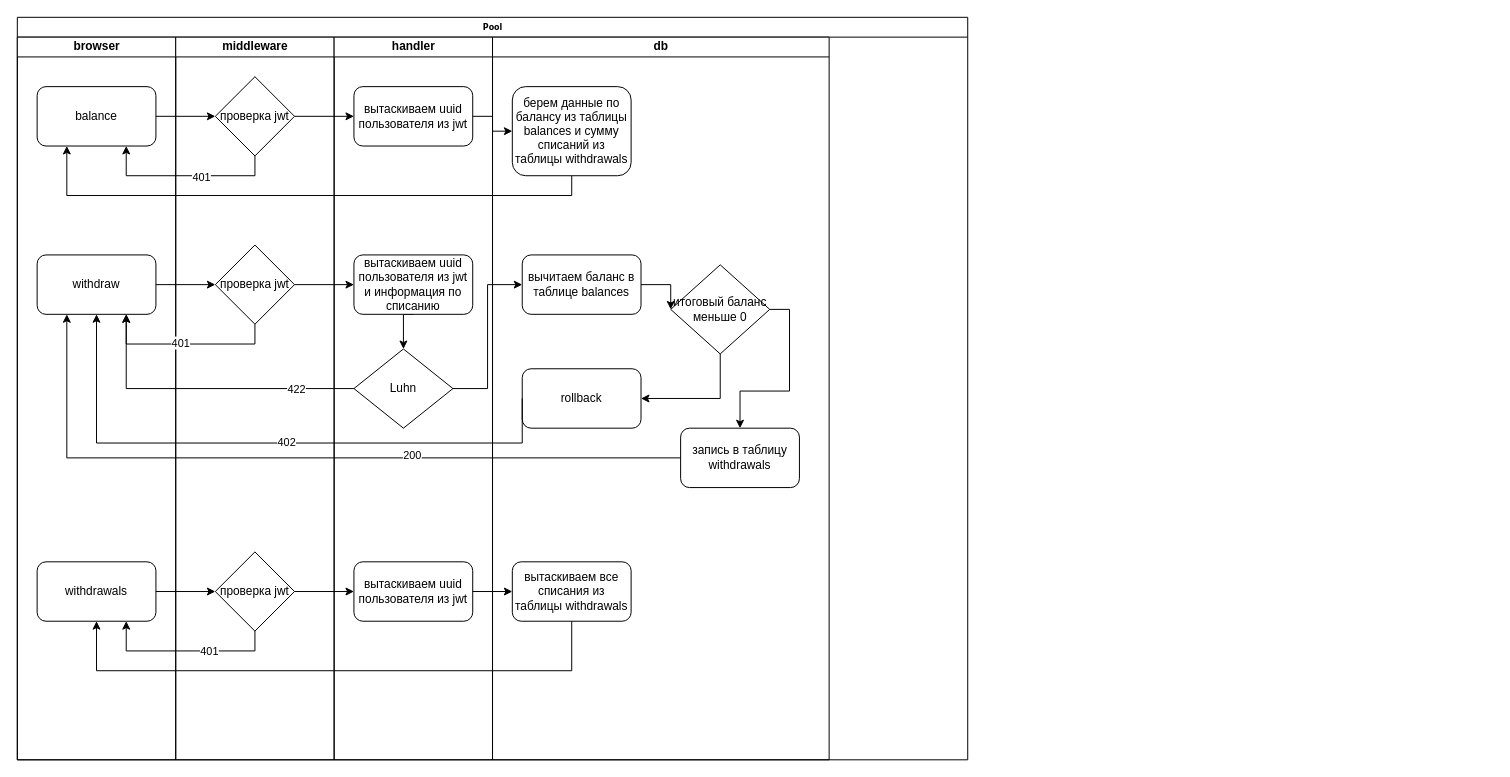
e-faizov/gophermart keeps this draw.io diagram as balance.drawio. Above is the earlier version. Source tidied: cells renumbered, new cells numbered last; positions are measured from the earlier drawing's top-left corner, leaving out a move shared by most shapes. Both pictures are drawn from the tidied source at 99%, with x=0, y=0 at pixel (17, 17).
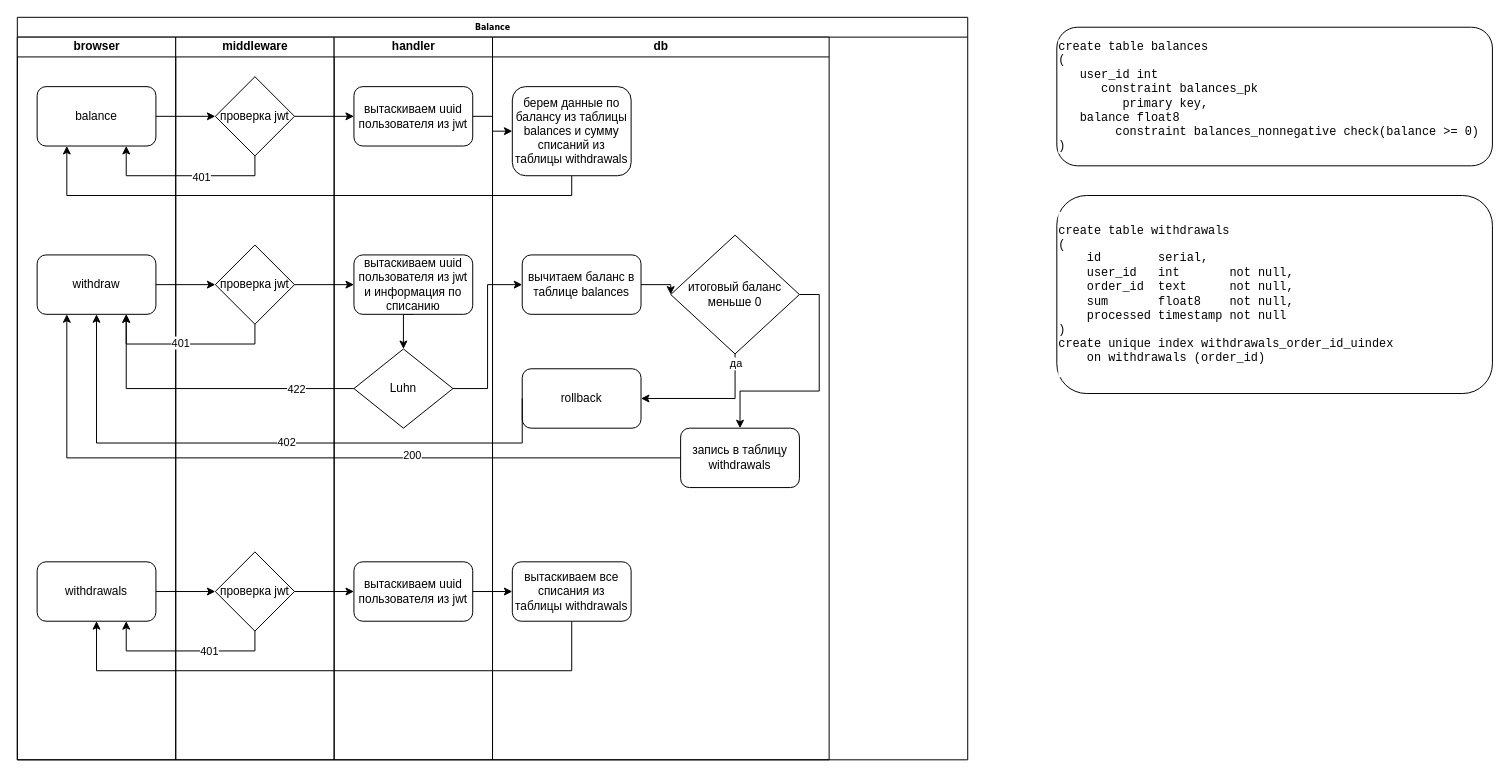
Above is the later version.

Unchanged cells that the change refers to:
```xml
<mxCell id="36" value="db" style="swimlane;html=1;startSize=20;" parent="2" vertex="1">
  <mxGeometry x="480" y="20" width="340" height="730" as="geometry" />
</mxCell>
<mxCell id="41" style="edgeStyle=orthogonalEdgeStyle;rounded=0;jettySize=auto;html=1;exitX=0.5;exitY=1;exitDx=0;exitDy=0;entryX=1;entryY=0.5;entryDx=0;entryDy=0;" parent="36" edge="1" source="43" target="44">
  <mxGeometry relative="1" as="geometry" />
</mxCell>
```

What changed in the source:
```diff
@@
-    <mxCell id="2" value="Pool" style="swimlane;html=1;startSize=20;rounded=0;shadow=0;labelBackgroundColor=none;strokeWidth=1;fontFamily=Verdana;fontSize=8;align=center;" parent="1" vertex="1">
+    <mxCell id="2" value="Balance" style="swimlane;html=1;startSize=20;rounded=0;shadow=0;labelBackgroundColor=none;strokeWidth=1;fontFamily=Verdana;fontSize=8;align=center;" parent="1" vertex="1">
       <mxGeometry width="960" height="750" as="geometry" />
     </mxCell>
@@
+    <mxCell id="50" value="да" style="edgeLabel;html=1;align=center;verticalAlign=middle;" parent="41" vertex="1">
+      <mxGeometry x="-0.87" relative="1" as="geometry" />
+    </mxCell>
@@
     <mxCell id="43" value="итоговый баланс меньше 0" style="rhombus;whiteSpace=wrap;html=1;" parent="36" vertex="1">
-      <mxGeometry x="180" y="230" width="100" height="90" as="geometry" />
+      <mxGeometry x="180" y="200" width="130" height="120" as="geometry" />
     </mxCell>
@@
+    <mxCell id="51" value="&lt;pre style=&quot;font-family: &amp;quot;JetBrains Mono&amp;quot;, monospace;&quot;&gt;&lt;span style=&quot;background-color: rgb(255, 255, 255);&quot;&gt;create table balances&lt;br&gt;(&lt;br&gt;   user_id int&lt;br&gt;      constraint balances_pk&lt;br&gt;         primary key,&lt;br&gt;   balance float8&lt;br&gt;        constraint balances_nonnegative check(balance &amp;gt;= 0)&lt;br&gt;)&lt;/span&gt;&lt;/pre&gt;" style="rounded=1;whiteSpace=wrap;html=1;align=left;" parent="1" vertex="1">
+      <mxGeometry x="1050" y="10" width="440" height="140" as="geometry" />
+    </mxCell>
+    <mxCell id="52" value="&lt;pre style=&quot;font-family: &amp;quot;JetBrains Mono&amp;quot;, monospace;&quot;&gt;&lt;span style=&quot;background-color: rgb(255, 255, 255);&quot;&gt;create table withdrawals&lt;br&gt;(&lt;br&gt;    id        serial,&lt;br&gt;    user_id   int       not null,&lt;br&gt;    order_id  text      not null,&lt;br&gt;    sum       float8    not null,&lt;br&gt;    processed timestamp not null&lt;br&gt;)&lt;br&gt;create unique index withdrawals_order_id_uindex&lt;br&gt;    on withdrawals (order_id)&lt;/span&gt;&lt;/pre&gt;" style="rounded=1;whiteSpace=wrap;html=1;labelBackgroundColor=#FFFFFF;fontColor=#000000;align=left;" parent="1" vertex="1">
+      <mxGeometry x="1050" y="180" width="440" height="200" as="geometry" />
+    </mxCell>
```
